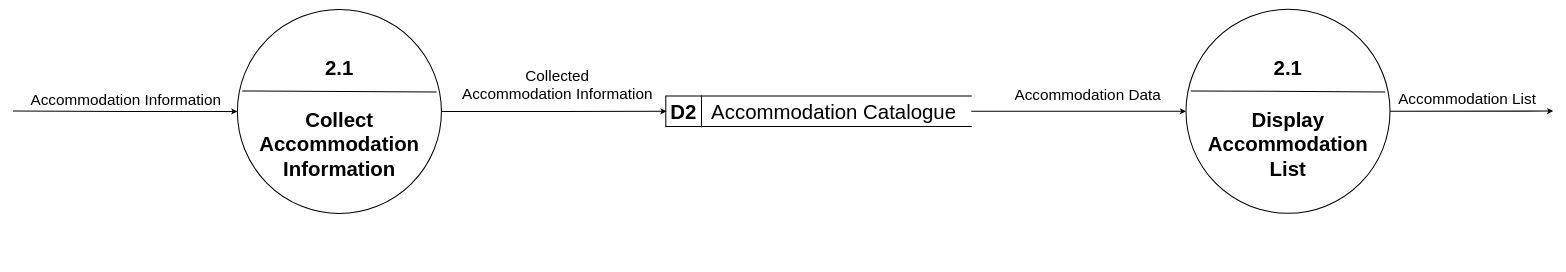
This is CC13/ExplosiongOfProcess2.0.drawio from doyaoencab/draw.io, a draw.io file, before an edit. Source tidied: cells renumbered, new cells numbered last; positions are measured from the earlier drawing's top-left corner, leaving out a move shared by most shapes. Both pictures are drawn from the tidied source at 51%, with x=0, y=0 at pixel (13, -41).
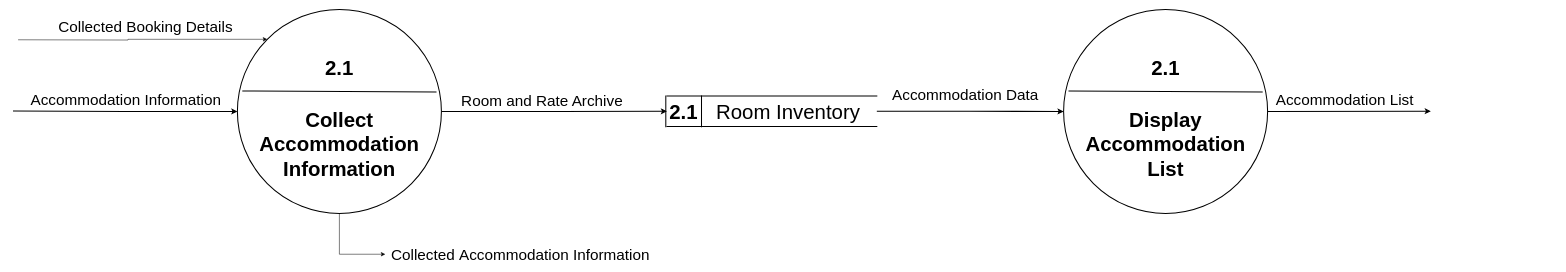
Above is the later version.

Unchanged cells that the change refers to:
```xml
<mxCell id="4" style="ellipse;whiteSpace=wrap;html=1;strokeWidth=2;" parent="1" vertex="1">
  <mxGeometry x="440" y="99" width="400" height="400" as="geometry" />
</mxCell>
```

What changed in the source:
```diff
@@
+    <mxCell id="21" style="edgeStyle=orthogonalEdgeStyle;rounded=0;jettySize=auto;html=1;exitX=0.5;exitY=1;exitDx=0;exitDy=0;entryX=0;entryY=0.5;entryDx=0;entryDy=0;" parent="1" edge="1" source="4" target="23">
+      <mxGeometry relative="1" as="geometry" />
+    </mxCell>
+    <mxCell id="22" style="edgeStyle=orthogonalEdgeStyle;rounded=0;jettySize=auto;html=1;exitX=0;exitY=0;exitDx=0;exitDy=0;endArrow=none;endFill=0;startArrow=classic;startFill=1;" parent="1" edge="1" source="4">
+      <mxGeometry relative="1" as="geometry">
+        <mxPoint x="10" y="158.5" as="targetPoint" />
+      </mxGeometry>
+    </mxCell>
@@
-    <mxCell id="9" value="&lt;font style=&quot;font-size: 40px;&quot;&gt;D2&lt;/font&gt;" style="shape=partialRectangle;whiteSpace=wrap;html=1;top=0;bottom=0;fillColor=none;fontStyle=1;strokeWidth=2;" parent="1" vertex="1">
+    <mxCell id="9" value="&lt;font style=&quot;font-size: 40px;&quot;&gt;2.1&lt;/font&gt;" style="shape=partialRectangle;whiteSpace=wrap;html=1;top=0;bottom=0;fillColor=none;fontStyle=1;strokeWidth=2;" parent="1" vertex="1">
       <mxGeometry x="1280" y="268.8" width="70" height="60" as="geometry" />
     </mxCell>
@@
     <mxCell id="11" style="shape=partialRectangle;whiteSpace=wrap;html=1;top=0;bottom=0;fillColor=none;rotation=90;fontStyle=1;strokeWidth=2;" parent="1" vertex="1">
-      <mxGeometry x="1550.2" width="60" height="597.5" as="geometry" />
+      <mxGeometry x="1458" y="93" width="60" height="411.5" as="geometry" />
     </mxCell>
-    <mxCell id="12" value="&lt;font style=&quot;font-size: 40px;&quot;&gt;Accommodation Catalogue&lt;/font&gt;" style="text;html=1;align=center;verticalAlign=middle;whiteSpace=wrap;rounded=0;strokeWidth=2;" parent="1" vertex="1">
-      <mxGeometry x="1350" y="283.8" width="518.5" height="30" as="geometry" />
+    <mxCell id="12" value="&lt;font style=&quot;font-size: 40px;&quot;&gt;Room Inventory&lt;/font&gt;" style="text;html=1;align=center;verticalAlign=middle;whiteSpace=wrap;rounded=0;strokeWidth=2;" parent="1" vertex="1">
+      <mxGeometry x="1330" y="284" width="380" height="30" as="geometry" />
     </mxCell>
     <mxCell id="13" style="edgeStyle=orthogonalEdgeStyle;rounded=0;jettySize=auto;html=1;exitX=1;exitY=0.5;exitDx=0;exitDy=0;strokeWidth=2;" parent="1" edge="1" source="14">
       <mxGeometry relative="1" as="geometry">
-        <mxPoint x="3020" y="298.3" as="targetPoint" />
+        <mxPoint x="2780" y="298.5" as="targetPoint" />
       </mxGeometry>
     </mxCell>
     <mxCell id="14" style="ellipse;whiteSpace=wrap;html=1;strokeWidth=2;" parent="1" vertex="1">
-      <mxGeometry x="2300" y="98.8" width="400" height="400" as="geometry" />
+      <mxGeometry x="2060" y="99" width="400" height="400" as="geometry" />
     </mxCell>
@@
     <mxCell id="16" value="&lt;b&gt;&lt;font&gt;2.1&lt;/font&gt;&lt;/b&gt;" style="text;html=1;align=center;verticalAlign=middle;whiteSpace=wrap;rounded=0;fontSize=40;strokeWidth=2;" parent="1" vertex="1">
-      <mxGeometry x="2470" y="198.8" width="60" height="30" as="geometry" />
+      <mxGeometry x="2230" y="199" width="60" height="30" as="geometry" />
     </mxCell>
     <mxCell id="17" value="&lt;b&gt;&lt;font&gt;Display Accommodation List&lt;/font&gt;&lt;/b&gt;" style="text;html=1;align=center;verticalAlign=middle;whiteSpace=wrap;rounded=0;strokeWidth=2;fontSize=40;" parent="1" vertex="1">
-      <mxGeometry x="2400" y="282.8" width="200" height="160" as="geometry" />
+      <mxGeometry x="2160" y="283" width="200" height="160" as="geometry" />
     </mxCell>
-    <mxCell id="18" value="&lt;font style=&quot;font-size: 30px;&quot;&gt;Collected&lt;/font&gt;&lt;div&gt;&lt;font style=&quot;font-size: 30px;&quot;&gt;Accommodation Information&lt;/font&gt;&lt;/div&gt;" style="edgeLabel;html=1;align=center;verticalAlign=middle;" parent="1" vertex="1">
-      <mxGeometry x="1070" y="234" as="geometry">
+    <mxCell id="18" value="&lt;span style=&quot;font-size: 30px;&quot;&gt;Room and Rate Archive&lt;/span&gt;" style="edgeLabel;html=1;align=center;verticalAlign=middle;" parent="1" vertex="1">
+      <mxGeometry x="1040" y="264" as="geometry">
         <mxPoint x="-4" y="12" as="offset" />
       </mxGeometry>
     </mxCell>
     <mxCell id="19" value="&lt;font style=&quot;font-size: 30px;&quot;&gt;Accommodation List&lt;/font&gt;" style="edgeLabel;html=1;align=center;verticalAlign=middle;" parent="1" vertex="1">
-      <mxGeometry x="2850" y="273.8" as="geometry" />
+      <mxGeometry x="2610" y="274" as="geometry" />
     </mxCell>
     <mxCell id="20" value="&lt;span style=&quot;font-size: 30px;&quot;&gt;Accommodation Data&lt;/span&gt;" style="edgeLabel;html=1;align=center;verticalAlign=middle;" parent="1" vertex="1">
-      <mxGeometry x="2110" y="254" as="geometry">
+      <mxGeometry x="1870" y="254.2" as="geometry">
         <mxPoint x="-4" y="12" as="offset" />
       </mxGeometry>
     </mxCell>
+    <mxCell id="23" value="&lt;font style=&quot;text-wrap-mode: nowrap; font-size: 30px;&quot;&gt;Collected&amp;nbsp;&lt;/font&gt;&lt;span style=&quot;background-color: rgb(255, 255, 255); color: light-dark(rgb(0, 0, 0), rgb(255, 255, 255)); font-size: 30px; text-wrap-mode: nowrap;&quot;&gt;Accommodation Information&lt;/span&gt;" style="text;html=1;align=center;verticalAlign=middle;whiteSpace=wrap;rounded=0;" parent="1" vertex="1">
+      <mxGeometry x="730" y="564" width="530" height="30" as="geometry" />
+    </mxCell>
+    <mxCell id="24" value="&lt;font style=&quot;font-size: 30px;&quot;&gt;&lt;span style=&quot;text-wrap-mode: nowrap; background-color: rgb(255, 255, 255);&quot;&gt;Collected&amp;nbsp;&lt;/span&gt;&lt;span style=&quot;background-color: light-dark(rgb(255, 255, 255), rgb(18, 18, 18)); text-wrap-mode: nowrap; color: light-dark(rgb(0, 0, 0), rgb(255, 255, 255));&quot;&gt;Booking Details&lt;/span&gt;&lt;/font&gt;" style="text;whiteSpace=wrap;html=1;align=center;fontSize=40;" parent="1" vertex="1">
+      <mxGeometry x="110" y="99" width="300" height="50" as="geometry" />
+    </mxCell>
```
